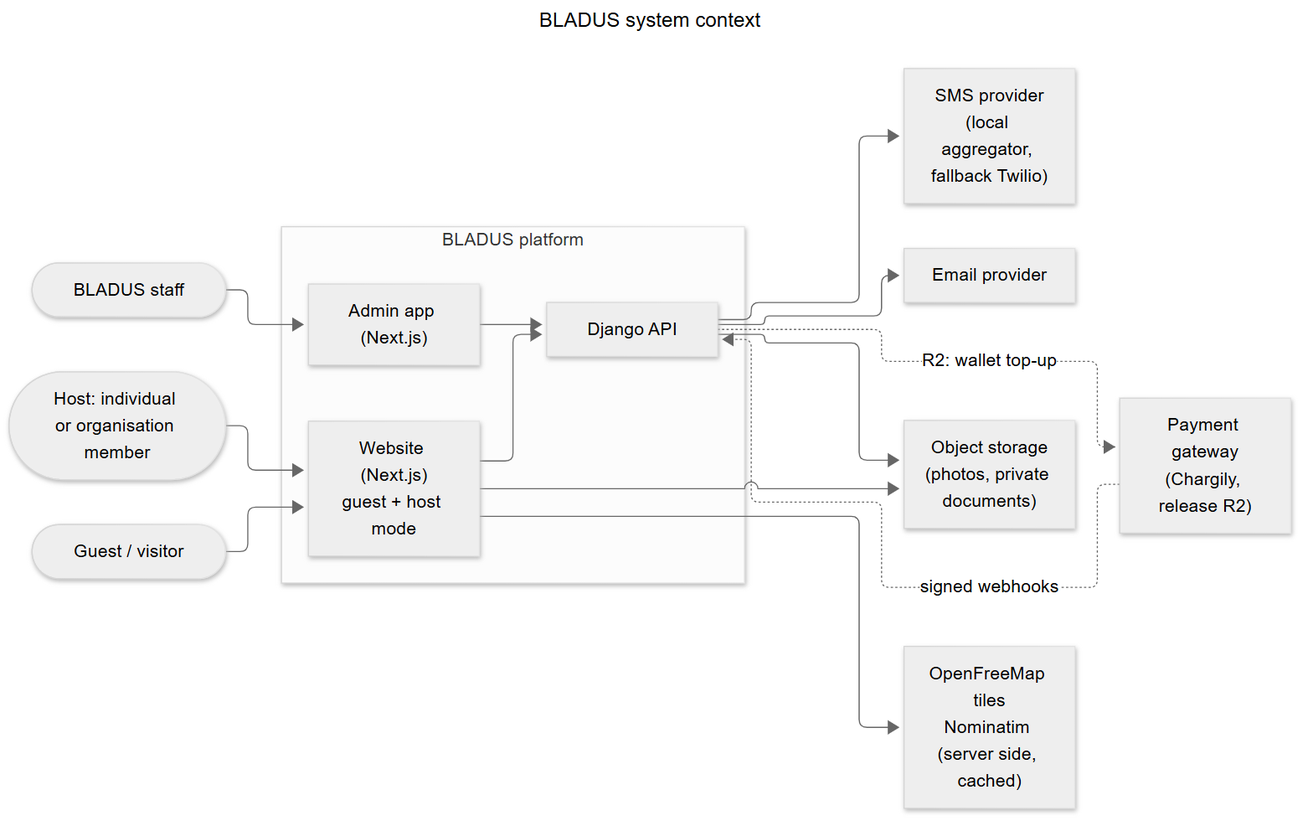
Earlier version of the Mermaid export docs/backend/diagrams/rendered/01-system-context.png (med-amine-ok/darna). Its source is kept beside it as docs/backend/diagrams/01-system-context.mmd. Source of this version:
```mermaid
---
title: BLADUS system context
---
flowchart LR
    guest(["Guest / visitor"])
    host(["Host: individual or organisation member"])
    staff(["BLADUS staff"])
    subgraph BLADUS["BLADUS platform"]
        web["Website (Next.js)<br/>guest + host mode"]
        admin["Admin app (Next.js)"]
        api["Django API"]
    end
    sms["SMS provider<br/>(local aggregator, fallback Twilio)"]
    mail["Email provider"]
    gw["Payment gateway<br/>(Chargily, release R2)"]
    maps["OpenFreeMap tiles<br/>Nominatim (server side, cached)"]
    store["Object storage<br/>(photos, private documents)"]
    guest --> web
    host --> web
    staff --> admin
    web --> api
    admin --> api
    api --> sms
    api --> mail
    api -. "R2: wallet top-up" .-> gw
    gw -. "signed webhooks" .-> api
    web --> maps
    api --> store
    web --> store
```
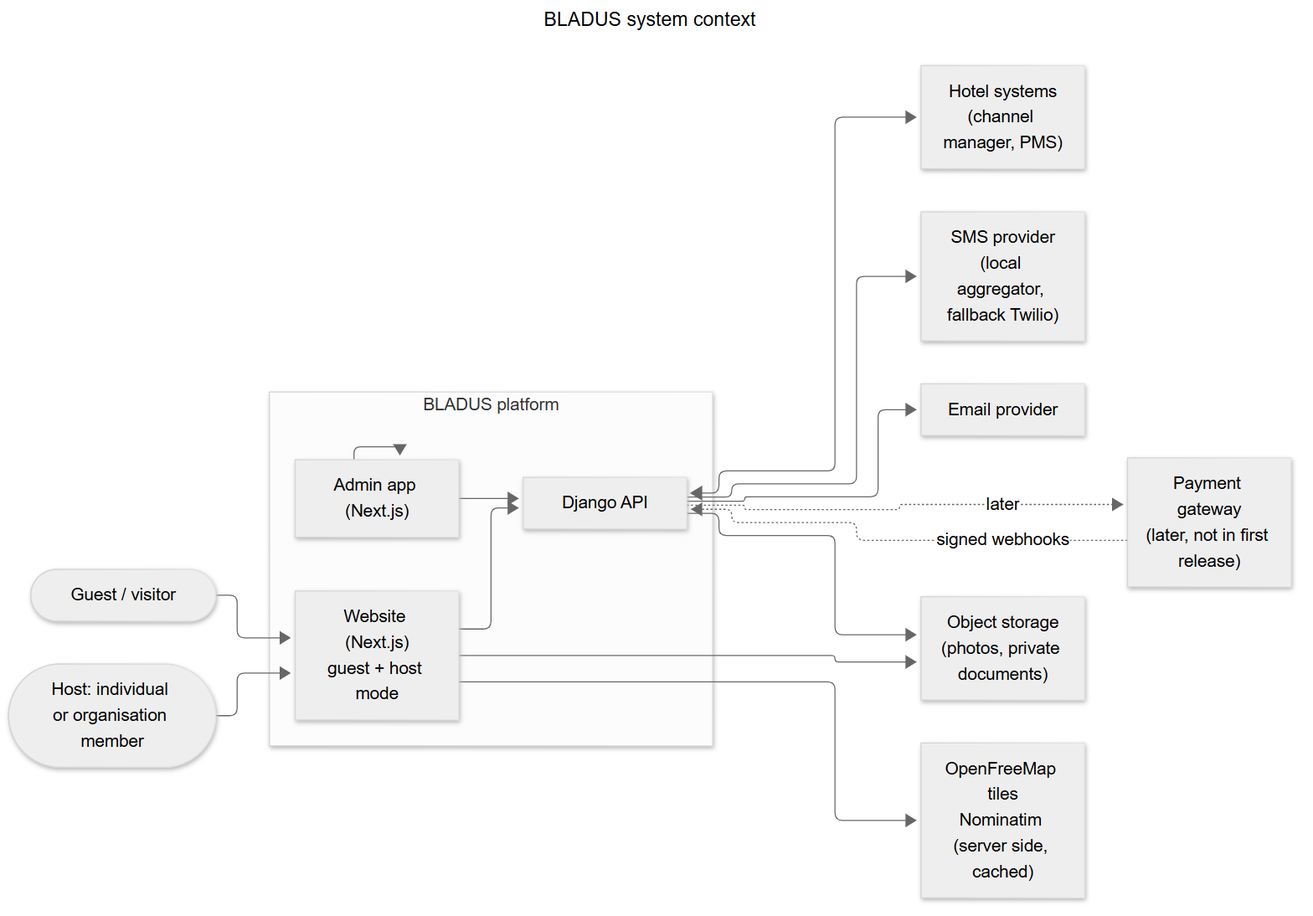
Above is the later version.

What changed in the source:
```diff
@@ -4,7 +4,7 @@
 flowchart LR
     guest(["Guest / visitor"])
     host(["Host: individual or organisation member"])
-    staff(["BLADUS staff"])
+    admin(["BLADUS admin"])
     subgraph BLADUS["BLADUS platform"]
         web["Website (Next.js)<br/>guest + host mode"]
         admin["Admin app (Next.js)"]
@@ -12,17 +12,19 @@
     end
     sms["SMS provider<br/>(local aggregator, fallback Twilio)"]
     mail["Email provider"]
-    gw["Payment gateway<br/>(Chargily, release R2)"]
+    gw["Payment gateway<br/>(later, not in first release)"]
     maps["OpenFreeMap tiles<br/>Nominatim (server side, cached)"]
     store["Object storage<br/>(photos, private documents)"]
+    hotelsys["Hotel systems<br/>(channel manager, PMS)"]
+    api <--> hotelsys
     guest --> web
     host --> web
-    staff --> admin
+    admin --> admin
     web --> api
     admin --> api
     api --> sms
     api --> mail
-    api -. "R2: wallet top-up" .-> gw
+    api -. "later" .-> gw
     gw -. "signed webhooks" .-> api
     web --> maps
     api --> store
```
